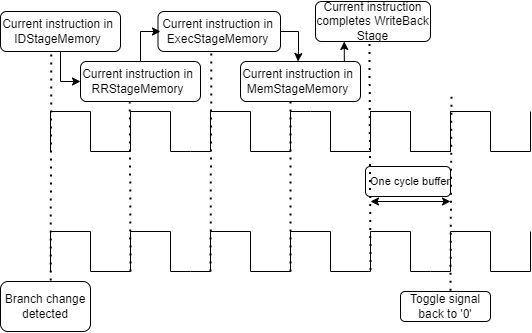
Earlier version of the draw.io export docs/BP.png (borlaugg/RISC-processor-with-pipelining). Source tidied: cells renumbered, new cells last; positions are measured from the earlier drawing's top-left corner, leaving out a move shared by most shapes.
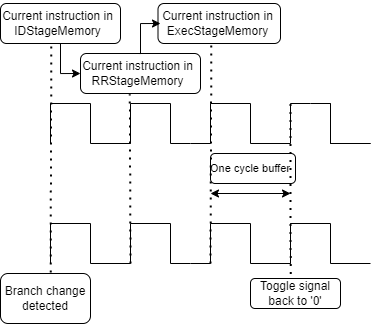
The same file after the commit.

Diff of the diagram source:
```diff
@@ -3,17 +3,11 @@
     <mxCell id="0" />
     <mxCell id="1" parent="0" />
     <mxCell id="2" style="rounded=1;whiteSpace=wrap;html=1;shadow=0;fontSize=11;" parent="1" vertex="1">
-      <mxGeometry x="365" y="165" width="85" height="30" as="geometry" />
+      <mxGeometry x="210" y="160" width="85" height="30" as="geometry" />
     </mxCell>
     <mxCell id="3" style="rounded=1;whiteSpace=wrap;html=1;shadow=0;" parent="1" vertex="1">
-      <mxGeometry x="400" y="290" width="90" height="30" as="geometry" />
+      <mxGeometry x="250" y="285" width="90" height="30" as="geometry" />
     </mxCell>
-    <mxCell id="4" style="rounded=1;whiteSpace=wrap;html=1;shadow=0;" parent="1" vertex="1">
-      <mxGeometry x="315" width="115" height="40" as="geometry" />
-    </mxCell>
-    <mxCell id="5" style="rounded=1;whiteSpace=wrap;html=1;shadow=0;" parent="1" vertex="1">
-      <mxGeometry x="240" y="60" width="120" height="40" as="geometry" />
-    </mxCell>
     <mxCell id="6" style="rounded=1;whiteSpace=wrap;html=1;shadow=0;" parent="1" vertex="1">
       <mxGeometry x="157.5" y="10" width="122.5" height="40" as="geometry" />
     </mxCell>
@@ -121,32 +115,32 @@
     </mxCell>
     <mxCell id="24" style="endArrow=none;html=1;rounded=0;shadow=0;" parent="1" edge="1">
       <mxGeometry relative="1" as="geometry">
-        <mxPoint x="370" y="150" as="sourcePoint" />
-        <mxPoint x="370" y="110" as="targetPoint" />
+        <mxPoint x="990" y="-380" as="sourcePoint" />
+        <mxPoint x="990" y="-420" as="targetPoint" />
       </mxGeometry>
     </mxCell>
     <mxCell id="25" style="endArrow=none;html=1;rounded=0;shadow=0;" parent="1" edge="1">
       <mxGeometry relative="1" as="geometry">
-        <mxPoint x="370" y="110" as="sourcePoint" />
-        <mxPoint x="410" y="110" as="targetPoint" />
+        <mxPoint x="990" y="-420" as="sourcePoint" />
+        <mxPoint x="1030" y="-420" as="targetPoint" />
       </mxGeometry>
     </mxCell>
     <mxCell id="26" style="endArrow=none;html=1;rounded=0;shadow=0;" parent="1" edge="1">
       <mxGeometry relative="1" as="geometry">
-        <mxPoint x="410" y="150" as="sourcePoint" />
-        <mxPoint x="410" y="110" as="targetPoint" />
+        <mxPoint x="1030" y="-400" as="sourcePoint" />
+        <mxPoint x="1030" y="-440" as="targetPoint" />
       </mxGeometry>
     </mxCell>
     <mxCell id="27" style="endArrow=none;html=1;rounded=0;shadow=0;" parent="1" edge="1">
       <mxGeometry relative="1" as="geometry">
-        <mxPoint x="410" y="150" as="sourcePoint" />
-        <mxPoint x="450" y="150" as="targetPoint" />
+        <mxPoint x="1030" y="-380" as="sourcePoint" />
+        <mxPoint x="1070" y="-380" as="targetPoint" />
       </mxGeometry>
     </mxCell>
     <mxCell id="28" style="endArrow=none;html=1;rounded=0;shadow=0;" parent="1" edge="1">
       <mxGeometry relative="1" as="geometry">
-        <mxPoint x="450" y="150" as="sourcePoint" />
-        <mxPoint x="450" y="110" as="targetPoint" />
+        <mxPoint x="1030" y="-430" as="sourcePoint" />
+        <mxPoint x="1030" y="-470" as="targetPoint" />
       </mxGeometry>
     </mxCell>
     <mxCell id="29" style="endArrow=none;html=1;rounded=0;shadow=0;" parent="1" edge="1">
@@ -262,59 +256,59 @@
     </mxCell>
     <mxCell id="47" style="endArrow=none;html=1;rounded=0;shadow=0;" parent="1" edge="1">
       <mxGeometry relative="1" as="geometry">
-        <mxPoint x="370" y="270" as="sourcePoint" />
-        <mxPoint x="370" y="230" as="targetPoint" />
+        <mxPoint x="990" y="-260" as="sourcePoint" />
+        <mxPoint x="990" y="-300" as="targetPoint" />
       </mxGeometry>
     </mxCell>
     <mxCell id="48" style="endArrow=none;html=1;rounded=0;shadow=0;" parent="1" edge="1">
       <mxGeometry relative="1" as="geometry">
-        <mxPoint x="370" y="230" as="sourcePoint" />
-        <mxPoint x="410" y="230" as="targetPoint" />
+        <mxPoint x="990" y="-300" as="sourcePoint" />
+        <mxPoint x="1030" y="-300" as="targetPoint" />
       </mxGeometry>
     </mxCell>
     <mxCell id="49" style="endArrow=none;html=1;rounded=0;shadow=0;" parent="1" edge="1">
       <mxGeometry relative="1" as="geometry">
-        <mxPoint x="410" y="270" as="sourcePoint" />
-        <mxPoint x="410" y="230" as="targetPoint" />
+        <mxPoint x="1030" y="-280" as="sourcePoint" />
+        <mxPoint x="1030" y="-320" as="targetPoint" />
       </mxGeometry>
     </mxCell>
     <mxCell id="50" style="endArrow=none;html=1;rounded=0;shadow=0;" parent="1" edge="1">
       <mxGeometry relative="1" as="geometry">
-        <mxPoint x="410" y="270" as="sourcePoint" />
-        <mxPoint x="450" y="270" as="targetPoint" />
+        <mxPoint x="1030" y="-260" as="sourcePoint" />
+        <mxPoint x="1070" y="-260" as="targetPoint" />
         <Array as="points">
-          <mxPoint x="430" y="270" />
+          <mxPoint x="1050" y="-260" />
         </Array>
       </mxGeometry>
     </mxCell>
     <mxCell id="51" style="endArrow=none;html=1;rounded=0;shadow=0;" parent="1" edge="1">
       <mxGeometry relative="1" as="geometry">
-        <mxPoint x="450" y="270" as="sourcePoint" />
-        <mxPoint x="450" y="230" as="targetPoint" />
+        <mxPoint x="1030" y="-310" as="sourcePoint" />
+        <mxPoint x="1030" y="-350" as="targetPoint" />
       </mxGeometry>
     </mxCell>
     <mxCell id="52" style="endArrow=none;html=1;rounded=0;shadow=0;" parent="1" edge="1">
       <mxGeometry relative="1" as="geometry">
-        <mxPoint x="450" y="230" as="sourcePoint" />
-        <mxPoint x="490" y="230" as="targetPoint" />
+        <mxPoint x="1030" y="-350" as="sourcePoint" />
+        <mxPoint x="1070" y="-350" as="targetPoint" />
       </mxGeometry>
     </mxCell>
     <mxCell id="53" style="endArrow=none;html=1;rounded=0;shadow=0;" parent="1" edge="1">
       <mxGeometry relative="1" as="geometry">
-        <mxPoint x="490" y="270" as="sourcePoint" />
-        <mxPoint x="490" y="230" as="targetPoint" />
+        <mxPoint x="1070" y="-310" as="sourcePoint" />
+        <mxPoint x="1070" y="-350" as="targetPoint" />
       </mxGeometry>
     </mxCell>
     <mxCell id="54" style="endArrow=none;html=1;rounded=0;shadow=0;" parent="1" edge="1">
       <mxGeometry relative="1" as="geometry">
-        <mxPoint x="490" y="270" as="sourcePoint" />
-        <mxPoint x="530" y="270" as="targetPoint" />
+        <mxPoint x="1070" y="-310" as="sourcePoint" />
+        <mxPoint x="1110" y="-310" as="targetPoint" />
       </mxGeometry>
     </mxCell>
     <mxCell id="55" style="endArrow=none;html=1;rounded=0;shadow=0;" parent="1" edge="1">
       <mxGeometry relative="1" as="geometry">
-        <mxPoint x="530" y="270" as="sourcePoint" />
-        <mxPoint x="530" y="230" as="targetPoint" />
+        <mxPoint x="1110" y="-310" as="sourcePoint" />
+        <mxPoint x="1110" y="-350" as="targetPoint" />
       </mxGeometry>
     </mxCell>
     <mxCell id="56" style="endArrow=none;html=1;rounded=0;shadow=0;" parent="1" edge="1">
@@ -331,59 +325,59 @@
     </mxCell>
     <mxCell id="58" style="endArrow=none;html=1;rounded=0;shadow=0;" parent="1" edge="1">
       <mxGeometry relative="1" as="geometry">
-        <mxPoint x="370" y="150" as="sourcePoint" />
-        <mxPoint x="370" y="110" as="targetPoint" />
+        <mxPoint x="990" y="-380" as="sourcePoint" />
+        <mxPoint x="990" y="-420" as="targetPoint" />
       </mxGeometry>
     </mxCell>
     <mxCell id="59" style="endArrow=none;html=1;rounded=0;shadow=0;" parent="1" edge="1">
       <mxGeometry relative="1" as="geometry">
-        <mxPoint x="370" y="110" as="sourcePoint" />
-        <mxPoint x="410" y="110" as="targetPoint" />
+        <mxPoint x="960" y="-460" as="sourcePoint" />
+        <mxPoint x="1000" y="-460" as="targetPoint" />
       </mxGeometry>
     </mxCell>
     <mxCell id="60" style="endArrow=none;html=1;rounded=0;shadow=0;" parent="1" edge="1">
       <mxGeometry relative="1" as="geometry">
-        <mxPoint x="410" y="150" as="sourcePoint" />
-        <mxPoint x="410" y="110" as="targetPoint" />
+        <mxPoint x="1030" y="-400" as="sourcePoint" />
+        <mxPoint x="1030" y="-440" as="targetPoint" />
       </mxGeometry>
     </mxCell>
     <mxCell id="61" style="endArrow=none;html=1;rounded=0;shadow=0;" parent="1" edge="1">
       <mxGeometry relative="1" as="geometry">
-        <mxPoint x="410" y="150" as="sourcePoint" />
-        <mxPoint x="450" y="150" as="targetPoint" />
+        <mxPoint x="1030" y="-380" as="sourcePoint" />
+        <mxPoint x="1070" y="-380" as="targetPoint" />
         <Array as="points">
-          <mxPoint x="430" y="150" />
+          <mxPoint x="1050" y="-380" />
         </Array>
       </mxGeometry>
     </mxCell>
     <mxCell id="62" style="endArrow=none;html=1;rounded=0;shadow=0;" parent="1" edge="1">
       <mxGeometry relative="1" as="geometry">
-        <mxPoint x="450" y="150" as="sourcePoint" />
-        <mxPoint x="450" y="110" as="targetPoint" />
+        <mxPoint x="1030" y="-430" as="sourcePoint" />
+        <mxPoint x="1030" y="-470" as="targetPoint" />
       </mxGeometry>
     </mxCell>
     <mxCell id="63" style="endArrow=none;html=1;rounded=0;shadow=0;" parent="1" edge="1">
       <mxGeometry relative="1" as="geometry">
-        <mxPoint x="450" y="110" as="sourcePoint" />
-        <mxPoint x="490" y="110" as="targetPoint" />
+        <mxPoint x="1030" y="-470" as="sourcePoint" />
+        <mxPoint x="1070" y="-470" as="targetPoint" />
       </mxGeometry>
     </mxCell>
     <mxCell id="64" style="endArrow=none;html=1;rounded=0;shadow=0;" parent="1" edge="1">
       <mxGeometry relative="1" as="geometry">
-        <mxPoint x="490" y="150" as="sourcePoint" />
-        <mxPoint x="490" y="110" as="targetPoint" />
+        <mxPoint x="1070" y="-430" as="sourcePoint" />
+        <mxPoint x="1070" y="-470" as="targetPoint" />
       </mxGeometry>
     </mxCell>
     <mxCell id="65" style="endArrow=none;html=1;rounded=0;shadow=0;" parent="1" edge="1">
       <mxGeometry relative="1" as="geometry">
-        <mxPoint x="490" y="150" as="sourcePoint" />
-        <mxPoint x="530" y="150" as="targetPoint" />
+        <mxPoint x="1070" y="-430" as="sourcePoint" />
+        <mxPoint x="1110" y="-430" as="targetPoint" />
       </mxGeometry>
     </mxCell>
     <mxCell id="66" style="endArrow=none;html=1;rounded=0;shadow=0;" parent="1" edge="1">
       <mxGeometry relative="1" as="geometry">
-        <mxPoint x="530" y="150" as="sourcePoint" />
-        <mxPoint x="530" y="110" as="targetPoint" />
+        <mxPoint x="1110" y="-430" as="sourcePoint" />
+        <mxPoint x="1110" y="-470" as="targetPoint" />
       </mxGeometry>
     </mxCell>
     <mxCell id="67" style="endArrow=none;dashed=1;html=1;dashPattern=1 3;strokeWidth=2;rounded=0;shadow=0;entryX=0.442;entryY=0.995;entryDx=0;entryDy=0;entryPerimeter=0;exitX=0.557;exitY=-0.018;exitDx=0;exitDy=0;exitPerimeter=0;" parent="1" edge="1" source="68" target="72">
@@ -422,15 +416,6 @@
     <mxCell id="74" value="Current instruction in RRStageMemory" style="text;html=1;strokeColor=none;fillColor=none;align=center;verticalAlign=middle;whiteSpace=wrap;rounded=0;" parent="1" vertex="1">
       <mxGeometry x="80" y="60" width="115" height="40" as="geometry" />
     </mxCell>
-    <mxCell id="75" style="edgeStyle=orthogonalEdgeStyle;rounded=0;jettySize=auto;html=1;entryX=0.5;entryY=0;entryDx=0;entryDy=0;shadow=0;exitX=1;exitY=0.5;exitDx=0;exitDy=0;" parent="1" edge="1" source="6" target="79">
-      <mxGeometry relative="1" as="geometry">
-        <Array as="points">
-          <mxPoint x="298" y="30" />
-          <mxPoint x="298" y="50" />
-          <mxPoint x="298" y="50" />
-        </Array>
-      </mxGeometry>
-    </mxCell>
     <mxCell id="76" value="Current instruction in ExecStageMemory" style="text;html=1;strokeColor=none;fillColor=none;align=center;verticalAlign=middle;whiteSpace=wrap;rounded=0;" parent="1" vertex="1">
       <mxGeometry x="160" y="10" width="115" height="40" as="geometry" />
     </mxCell>
@@ -439,42 +424,21 @@
         <mxPoint x="210" y="270" as="sourcePoint" />
       </mxGeometry>
     </mxCell>
-    <mxCell id="78" style="edgeStyle=orthogonalEdgeStyle;rounded=0;jettySize=auto;html=1;exitX=0.75;exitY=0;exitDx=0;exitDy=0;entryX=0.25;entryY=1;entryDx=0;entryDy=0;shadow=0;" parent="1" edge="1" source="79" target="82">
-      <mxGeometry relative="1" as="geometry" />
-    </mxCell>
-    <mxCell id="79" value="Current instruction in MemStageMemory" style="text;html=1;strokeColor=none;fillColor=none;align=center;verticalAlign=middle;whiteSpace=wrap;rounded=0;" parent="1" vertex="1">
-      <mxGeometry x="240" y="60" width="115" height="40" as="geometry" />
-    </mxCell>
-    <mxCell id="80" style="endArrow=none;dashed=1;html=1;dashPattern=1 3;strokeWidth=2;rounded=0;shadow=0;" parent="1" edge="1">
+    <mxCell id="80" style="endArrow=none;dashed=1;html=1;dashPattern=1 3;strokeWidth=2;rounded=0;shadow=0;exitX=0.446;exitY=0.011;exitDx=0;exitDy=0;exitPerimeter=0;" parent="1" edge="1" source="84">
       <mxGeometry relative="1" as="geometry">
-        <mxPoint x="290" y="270" as="sourcePoint" />
-        <mxPoint x="290" y="100" as="targetPoint" />
+        <mxPoint x="290" y="110" as="targetPoint" />
       </mxGeometry>
     </mxCell>
-    <mxCell id="81" style="endArrow=none;dashed=1;html=1;dashPattern=1 3;strokeWidth=2;rounded=0;shadow=0;entryX=0.469;entryY=1.034;entryDx=0;entryDy=0;entryPerimeter=0;" parent="1" edge="1" target="82">
-      <mxGeometry relative="1" as="geometry">
-        <mxPoint x="370" y="268.5" as="sourcePoint" />
-      </mxGeometry>
-    </mxCell>
-    <mxCell id="82" value="Current instruction completes WriteBack Stage" style="text;html=1;strokeColor=none;fillColor=none;align=center;verticalAlign=middle;whiteSpace=wrap;rounded=0;" parent="1" vertex="1">
-      <mxGeometry x="315" width="115" height="40" as="geometry" />
-    </mxCell>
-    <mxCell id="83" style="endArrow=none;dashed=1;html=1;dashPattern=1 3;strokeWidth=2;rounded=0;shadow=0;exitX=0.557;exitY=-0.018;exitDx=0;exitDy=0;exitPerimeter=0;" parent="1" edge="1">
-      <mxGeometry relative="1" as="geometry">
-        <mxPoint x="450" y="289.3" as="sourcePoint" />
-        <mxPoint x="451" y="90" as="targetPoint" />
-      </mxGeometry>
-    </mxCell>
     <mxCell id="84" value="Toggle signal back to '0'" style="text;html=1;strokeColor=none;fillColor=none;align=center;verticalAlign=middle;whiteSpace=wrap;rounded=0;" parent="1" vertex="1">
-      <mxGeometry x="400" y="285" width="90" height="40" as="geometry" />
+      <mxGeometry x="250" y="280" width="90" height="40" as="geometry" />
     </mxCell>
     <mxCell id="85" value="&lt;font style=&quot;font-size: 11px;&quot;&gt;One cycle buffer&lt;/font&gt;" style="text;html=1;strokeColor=none;fillColor=none;align=center;verticalAlign=middle;whiteSpace=wrap;rounded=0;" parent="1" vertex="1">
-      <mxGeometry x="365" y="160" width="90" height="40" as="geometry" />
+      <mxGeometry x="205" y="155" width="90" height="40" as="geometry" />
     </mxCell>
     <mxCell id="86" style="endArrow=classic;startArrow=classic;html=1;rounded=0;shadow=0;fontSize=11;" parent="1" edge="1">
       <mxGeometry relative="1" as="geometry">
-        <mxPoint x="370" y="200" as="sourcePoint" />
-        <mxPoint x="450" y="200" as="targetPoint" />
+        <mxPoint x="210" y="200" as="sourcePoint" />
+        <mxPoint x="290" y="200" as="targetPoint" />
       </mxGeometry>
     </mxCell>
   </root>
```
